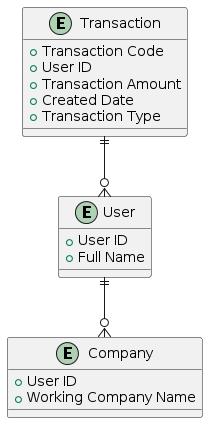
Earlier version of the PlantUML export cache/plantuml_img.png (S0NM/datachat-demo).
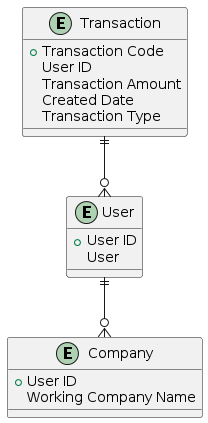
The same file after the commit.

The edit, as a diff of the source:
```diff
@@ -1,20 +1,20 @@
 @startuml
 entity Transaction {
-  + Transaction Code
-  + User ID
-  + Transaction Amount
-  + Created Date
-  + Transaction Type
+   + Transaction Code
+   User ID
+   Transaction Amount
+   Created Date
+   Transaction Type
 }
 
 entity User {
-  + User ID
-  + Full Name
+   + User ID
+   User
 }
 
 entity Company {
-  + User ID
-  + Working Company Name
+   + User ID
+   Working Company Name
 }
 
 Transaction ||--o{ User
```
